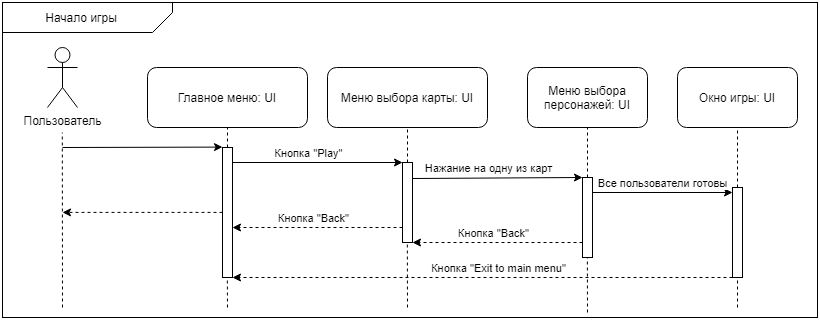
This is documentation/UML/Sequence/ActivityDiag.png from Vorobeyyyyyy/DinoMayhem, a draw.io export, as it was before one commit. Source tidied: cells renumbered, new cells last; positions are measured from the earlier drawing's top-left corner, leaving out a move shared by most shapes. Source of this version:
```xml
<mxGraphModel>
  <root>
    <mxCell id="0" />
    <mxCell id="1" parent="0" />
    <mxCell id="2" style="shape=card;whiteSpace=wrap;html=1;rotation=-180;size=20;fillColor=none;rounded=0;shadow=0;arcSize=20;" parent="1" vertex="1">
      <mxGeometry width="170" height="30" as="geometry" />
    </mxCell>
    <mxCell id="3" value="Начало игры" style="text;html=1;strokeColor=none;fillColor=none;align=center;verticalAlign=middle;whiteSpace=wrap;rounded=0;" parent="1" vertex="1">
      <mxGeometry x="9" y="5" width="140" height="20" as="geometry" />
    </mxCell>
    <mxCell id="4" value="Пользователь" style="shape=umlActor;verticalLabelPosition=bottom;verticalAlign=top;html=1;" parent="1" vertex="1">
      <mxGeometry x="45" y="45" width="30" height="60" as="geometry" />
    </mxCell>
    <mxCell id="5" value="Меню выбора карты: UI" style="rounded=1;whiteSpace=wrap;html=1;" parent="1" vertex="1">
      <mxGeometry x="325" y="65" width="160" height="60" as="geometry" />
    </mxCell>
    <mxCell id="6" value="Меню выбора персонажей: UI" style="rounded=1;whiteSpace=wrap;html=1;" parent="1" vertex="1">
      <mxGeometry x="525" y="65" width="120" height="60" as="geometry" />
    </mxCell>
    <mxCell id="7" value="Окно игры: UI" style="rounded=1;whiteSpace=wrap;html=1;" parent="1" vertex="1">
      <mxGeometry x="675" y="65" width="120" height="60" as="geometry" />
    </mxCell>
    <mxCell id="8" style="endArrow=none;dashed=1;html=1;entryX=0.5;entryY=1;entryDx=0;entryDy=0;" parent="1" edge="1">
      <mxGeometry relative="1" as="geometry">
        <mxPoint x="225" y="145" as="sourcePoint" />
        <mxPoint x="225" y="125" as="targetPoint" />
      </mxGeometry>
    </mxCell>
    <mxCell id="9" style="rounded=0;whiteSpace=wrap;html=1;fillColor=none;" parent="1" vertex="1">
      <mxGeometry x="220" y="145" width="10" height="130" as="geometry" />
    </mxCell>
    <mxCell id="10" style="endArrow=none;dashed=1;html=1;entryX=0.5;entryY=1;entryDx=0;entryDy=0;exitX=0.5;exitY=0;exitDx=0;exitDy=0;" parent="1" edge="1" source="11">
      <mxGeometry relative="1" as="geometry">
        <mxPoint x="405" y="125" as="targetPoint" />
      </mxGeometry>
    </mxCell>
    <mxCell id="11" style="rounded=0;whiteSpace=wrap;html=1;fillColor=none;" parent="1" vertex="1">
      <mxGeometry x="400" y="160" width="10" height="80" as="geometry" />
    </mxCell>
    <mxCell id="12" style="endArrow=classic;html=1;exitX=1;exitY=0;exitDx=0;exitDy=0;" parent="1" edge="1">
      <mxGeometry relative="1" as="geometry">
        <mxPoint x="410" y="176" as="sourcePoint" />
        <mxPoint x="580" y="175" as="targetPoint" />
      </mxGeometry>
    </mxCell>
    <mxCell id="13" value="Нажание на одну из карт" style="edgeLabel;html=1;align=center;verticalAlign=middle;" parent="12" vertex="1">
      <mxGeometry x="-0.29" y="1" relative="1" as="geometry">
        <mxPoint x="14.8" y="-9" as="offset" />
      </mxGeometry>
    </mxCell>
    <mxCell id="14" style="endArrow=classic;html=1;" parent="1" edge="1">
      <mxGeometry relative="1" as="geometry">
        <mxPoint x="230" y="160" as="sourcePoint" />
        <mxPoint x="400" y="160" as="targetPoint" />
      </mxGeometry>
    </mxCell>
    <mxCell id="15" value="Кнопка &quot;Play&quot;" style="edgeLabel;html=1;align=center;verticalAlign=middle;" parent="14" vertex="1">
      <mxGeometry x="-0.29" y="1" relative="1" as="geometry">
        <mxPoint x="14.8" y="-8.9" as="offset" />
      </mxGeometry>
    </mxCell>
    <mxCell id="16" style="endArrow=none;dashed=1;html=1;entryX=0.5;entryY=1;entryDx=0;entryDy=0;" parent="1" edge="1">
      <mxGeometry relative="1" as="geometry">
        <mxPoint x="585" y="175" as="sourcePoint" />
        <mxPoint x="585" y="125" as="targetPoint" />
      </mxGeometry>
    </mxCell>
    <mxCell id="17" style="rounded=0;whiteSpace=wrap;html=1;fillColor=none;" parent="1" vertex="1">
      <mxGeometry x="580" y="175" width="10" height="80" as="geometry" />
    </mxCell>
    <mxCell id="18" style="endArrow=none;dashed=1;html=1;exitX=0.5;exitY=0;exitDx=0;exitDy=0;" parent="1" edge="1" source="19">
      <mxGeometry relative="1" as="geometry">
        <mxPoint x="735" y="125" as="targetPoint" />
      </mxGeometry>
    </mxCell>
    <mxCell id="19" style="rounded=0;whiteSpace=wrap;html=1;fillColor=none;" parent="1" vertex="1">
      <mxGeometry x="730" y="185" width="10" height="90" as="geometry" />
    </mxCell>
    <mxCell id="20" value="Главное меню: UI" style="rounded=1;whiteSpace=wrap;html=1;" parent="1" vertex="1">
      <mxGeometry x="145" y="65" width="160" height="60" as="geometry" />
    </mxCell>
    <mxCell id="21" style="endArrow=none;dashed=1;html=1;entryX=0.5;entryY=1;entryDx=0;entryDy=0;" parent="1" edge="1">
      <mxGeometry relative="1" as="geometry">
        <mxPoint x="60" y="305" as="sourcePoint" />
        <mxPoint x="59.8" y="130" as="targetPoint" />
      </mxGeometry>
    </mxCell>
    <mxCell id="22" style="endArrow=classic;html=1;" parent="1" edge="1">
      <mxGeometry relative="1" as="geometry">
        <mxPoint x="60" y="145" as="sourcePoint" />
        <mxPoint x="220" y="144.6" as="targetPoint" />
      </mxGeometry>
    </mxCell>
    <mxCell id="23" style="endArrow=classic;html=1;" parent="1" edge="1">
      <mxGeometry relative="1" as="geometry">
        <mxPoint x="590" y="190" as="sourcePoint" />
        <mxPoint x="730" y="190" as="targetPoint" />
      </mxGeometry>
    </mxCell>
    <mxCell id="24" value="Все пользователи готовы" style="edgeLabel;html=1;align=center;verticalAlign=middle;" parent="23" vertex="1">
      <mxGeometry x="-0.17" y="1" relative="1" as="geometry">
        <mxPoint x="11.4" y="-9" as="offset" />
      </mxGeometry>
    </mxCell>
    <mxCell id="25" style="endArrow=classic;html=1;dashed=1;" parent="1" edge="1">
      <mxGeometry relative="1" as="geometry">
        <mxPoint x="400" y="225" as="sourcePoint" />
        <mxPoint x="230" y="225" as="targetPoint" />
      </mxGeometry>
    </mxCell>
    <mxCell id="26" value="Кнопка &quot;Back&quot;" style="edgeLabel;html=1;align=center;verticalAlign=middle;" parent="25" vertex="1">
      <mxGeometry x="0.06" relative="1" as="geometry">
        <mxPoint y="-10" as="offset" />
      </mxGeometry>
    </mxCell>
    <mxCell id="27" style="endArrow=classic;html=1;dashed=1;" parent="1" edge="1">
      <mxGeometry relative="1" as="geometry">
        <mxPoint x="580" y="240" as="sourcePoint" />
        <mxPoint x="410" y="240" as="targetPoint" />
      </mxGeometry>
    </mxCell>
    <mxCell id="28" value="Кнопка &quot;Back&quot;" style="edgeLabel;html=1;align=center;verticalAlign=middle;" parent="27" vertex="1">
      <mxGeometry x="0.06" relative="1" as="geometry">
        <mxPoint y="-10" as="offset" />
      </mxGeometry>
    </mxCell>
    <mxCell id="29" style="endArrow=classic;html=1;dashed=1;" parent="1" edge="1">
      <mxGeometry relative="1" as="geometry">
        <mxPoint x="730" y="275" as="sourcePoint" />
        <mxPoint x="230" y="275" as="targetPoint" />
      </mxGeometry>
    </mxCell>
    <mxCell id="30" value="Кнопка &quot;Exit to main menu&quot;" style="edgeLabel;html=1;align=center;verticalAlign=middle;" parent="29" vertex="1">
      <mxGeometry x="0.06" relative="1" as="geometry">
        <mxPoint x="30" y="-10" as="offset" />
      </mxGeometry>
    </mxCell>
    <mxCell id="31" style="endArrow=none;dashed=1;html=1;entryX=0.5;entryY=1;entryDx=0;entryDy=0;" parent="1" edge="1">
      <mxGeometry relative="1" as="geometry">
        <mxPoint x="585" y="310" as="sourcePoint" />
        <mxPoint x="584.9" y="255" as="targetPoint" />
      </mxGeometry>
    </mxCell>
    <mxCell id="32" style="endArrow=classic;html=1;dashed=1;" parent="1" edge="1">
      <mxGeometry relative="1" as="geometry">
        <mxPoint x="220" y="209.9" as="sourcePoint" />
        <mxPoint x="60" y="209.9" as="targetPoint" />
      </mxGeometry>
    </mxCell>
    <mxCell id="33" style="endArrow=none;dashed=1;html=1;entryX=0.5;entryY=1;entryDx=0;entryDy=0;" parent="1" edge="1">
      <mxGeometry relative="1" as="geometry">
        <mxPoint x="225" y="305" as="sourcePoint" />
        <mxPoint x="224.8" y="275" as="targetPoint" />
      </mxGeometry>
    </mxCell>
    <mxCell id="34" style="endArrow=none;dashed=1;html=1;entryX=0.5;entryY=1;entryDx=0;entryDy=0;" parent="1" edge="1">
      <mxGeometry relative="1" as="geometry">
        <mxPoint x="405" y="305" as="sourcePoint" />
        <mxPoint x="404.8" y="240" as="targetPoint" />
      </mxGeometry>
    </mxCell>
    <mxCell id="35" style="endArrow=none;dashed=1;html=1;" parent="1" edge="1">
      <mxGeometry relative="1" as="geometry">
        <mxPoint x="735" y="305" as="sourcePoint" />
        <mxPoint x="735" y="275" as="targetPoint" />
      </mxGeometry>
    </mxCell>
    <mxCell id="36" style="rounded=0;whiteSpace=wrap;html=1;fillColor=none;" parent="1" vertex="1">
      <mxGeometry width="815" height="315" as="geometry" />
    </mxCell>
  </root>
</mxGraphModel>
```
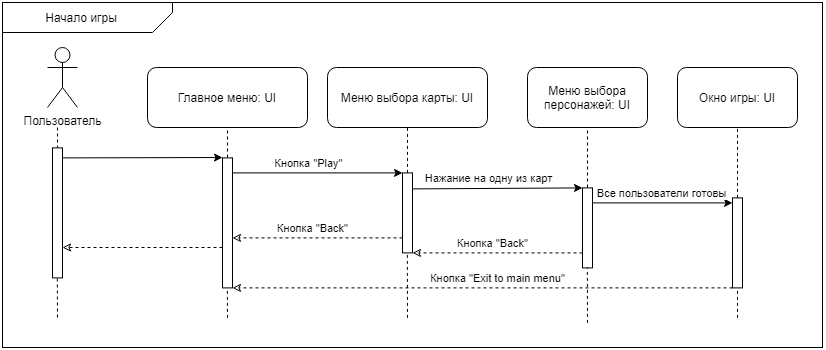
The same file after the commit.

What changed in the source:
```diff
@@ -22,12 +22,12 @@
     </mxCell>
     <mxCell id="8" style="endArrow=none;dashed=1;html=1;entryX=0.5;entryY=1;entryDx=0;entryDy=0;" parent="1" edge="1">
       <mxGeometry relative="1" as="geometry">
-        <mxPoint x="225" y="145" as="sourcePoint" />
+        <mxPoint x="225" y="155" as="sourcePoint" />
         <mxPoint x="225" y="125" as="targetPoint" />
       </mxGeometry>
     </mxCell>
     <mxCell id="9" style="rounded=0;whiteSpace=wrap;html=1;fillColor=none;" parent="1" vertex="1">
-      <mxGeometry x="220" y="145" width="10" height="130" as="geometry" />
+      <mxGeometry x="220" y="155.4" width="10" height="130" as="geometry" />
     </mxCell>
     <mxCell id="10" style="endArrow=none;dashed=1;html=1;entryX=0.5;entryY=1;entryDx=0;entryDy=0;exitX=0.5;exitY=0;exitDx=0;exitDy=0;" parent="1" edge="1" source="11">
       <mxGeometry relative="1" as="geometry">
@@ -35,12 +35,12 @@
       </mxGeometry>
     </mxCell>
     <mxCell id="11" style="rounded=0;whiteSpace=wrap;html=1;fillColor=none;" parent="1" vertex="1">
-      <mxGeometry x="400" y="160" width="10" height="80" as="geometry" />
+      <mxGeometry x="400" y="170.4" width="10" height="80" as="geometry" />
     </mxCell>
     <mxCell id="12" style="endArrow=classic;html=1;exitX=1;exitY=0;exitDx=0;exitDy=0;" parent="1" edge="1">
       <mxGeometry relative="1" as="geometry">
-        <mxPoint x="410" y="176" as="sourcePoint" />
-        <mxPoint x="580" y="175" as="targetPoint" />
+        <mxPoint x="410" y="186.4" as="sourcePoint" />
+        <mxPoint x="580" y="185.4" as="targetPoint" />
       </mxGeometry>
     </mxCell>
     <mxCell id="13" value="Нажание на одну из карт" style="edgeLabel;html=1;align=center;verticalAlign=middle;" parent="12" vertex="1">
@@ -50,8 +50,8 @@
     </mxCell>
     <mxCell id="14" style="endArrow=classic;html=1;" parent="1" edge="1">
       <mxGeometry relative="1" as="geometry">
-        <mxPoint x="230" y="160" as="sourcePoint" />
-        <mxPoint x="400" y="160" as="targetPoint" />
+        <mxPoint x="230" y="170.4" as="sourcePoint" />
+        <mxPoint x="400" y="170.4" as="targetPoint" />
       </mxGeometry>
     </mxCell>
     <mxCell id="15" value="Кнопка &quot;Play&quot;" style="edgeLabel;html=1;align=center;verticalAlign=middle;" parent="14" vertex="1">
@@ -61,12 +61,12 @@
     </mxCell>
     <mxCell id="16" style="endArrow=none;dashed=1;html=1;entryX=0.5;entryY=1;entryDx=0;entryDy=0;" parent="1" edge="1">
       <mxGeometry relative="1" as="geometry">
-        <mxPoint x="585" y="175" as="sourcePoint" />
+        <mxPoint x="585" y="185" as="sourcePoint" />
         <mxPoint x="585" y="125" as="targetPoint" />
       </mxGeometry>
     </mxCell>
     <mxCell id="17" style="rounded=0;whiteSpace=wrap;html=1;fillColor=none;" parent="1" vertex="1">
-      <mxGeometry x="580" y="175" width="10" height="80" as="geometry" />
+      <mxGeometry x="580" y="185.4" width="10" height="80" as="geometry" />
     </mxCell>
     <mxCell id="18" style="endArrow=none;dashed=1;html=1;exitX=0.5;exitY=0;exitDx=0;exitDy=0;" parent="1" edge="1" source="19">
       <mxGeometry relative="1" as="geometry">
@@ -74,27 +74,21 @@
       </mxGeometry>
     </mxCell>
     <mxCell id="19" style="rounded=0;whiteSpace=wrap;html=1;fillColor=none;" parent="1" vertex="1">
-      <mxGeometry x="730" y="185" width="10" height="90" as="geometry" />
+      <mxGeometry x="730" y="195.4" width="10" height="90" as="geometry" />
     </mxCell>
     <mxCell id="20" value="Главное меню: UI" style="rounded=1;whiteSpace=wrap;html=1;" parent="1" vertex="1">
       <mxGeometry x="145" y="65" width="160" height="60" as="geometry" />
     </mxCell>
-    <mxCell id="21" style="endArrow=none;dashed=1;html=1;entryX=0.5;entryY=1;entryDx=0;entryDy=0;" parent="1" edge="1">
-      <mxGeometry relative="1" as="geometry">
-        <mxPoint x="60" y="305" as="sourcePoint" />
-        <mxPoint x="59.8" y="130" as="targetPoint" />
-      </mxGeometry>
-    </mxCell>
     <mxCell id="22" style="endArrow=classic;html=1;" parent="1" edge="1">
       <mxGeometry relative="1" as="geometry">
-        <mxPoint x="60" y="145" as="sourcePoint" />
-        <mxPoint x="220" y="144.6" as="targetPoint" />
+        <mxPoint x="60" y="155.4" as="sourcePoint" />
+        <mxPoint x="220" y="155" as="targetPoint" />
       </mxGeometry>
     </mxCell>
     <mxCell id="23" style="endArrow=classic;html=1;" parent="1" edge="1">
       <mxGeometry relative="1" as="geometry">
-        <mxPoint x="590" y="190" as="sourcePoint" />
-        <mxPoint x="730" y="190" as="targetPoint" />
+        <mxPoint x="590" y="200.4" as="sourcePoint" />
+        <mxPoint x="730" y="200.4" as="targetPoint" />
       </mxGeometry>
     </mxCell>
     <mxCell id="24" value="Все пользователи готовы" style="edgeLabel;html=1;align=center;verticalAlign=middle;" parent="23" vertex="1">
@@ -102,10 +96,10 @@
         <mxPoint x="11.4" y="-9" as="offset" />
       </mxGeometry>
     </mxCell>
-    <mxCell id="25" style="endArrow=classic;html=1;dashed=1;" parent="1" edge="1">
+    <mxCell id="25" style="endArrow=classic;html=1;dashed=1;endFill=0;" parent="1" edge="1">
       <mxGeometry relative="1" as="geometry">
-        <mxPoint x="400" y="225" as="sourcePoint" />
-        <mxPoint x="230" y="225" as="targetPoint" />
+        <mxPoint x="400" y="235.4" as="sourcePoint" />
+        <mxPoint x="230" y="235.4" as="targetPoint" />
       </mxGeometry>
     </mxCell>
     <mxCell id="26" value="Кнопка &quot;Back&quot;" style="edgeLabel;html=1;align=center;verticalAlign=middle;" parent="25" vertex="1">
@@ -113,10 +107,10 @@
         <mxPoint y="-10" as="offset" />
       </mxGeometry>
     </mxCell>
-    <mxCell id="27" style="endArrow=classic;html=1;dashed=1;" parent="1" edge="1">
+    <mxCell id="27" style="endArrow=classic;html=1;dashed=1;endFill=0;" parent="1" edge="1">
       <mxGeometry relative="1" as="geometry">
-        <mxPoint x="580" y="240" as="sourcePoint" />
-        <mxPoint x="410" y="240" as="targetPoint" />
+        <mxPoint x="580" y="250.4" as="sourcePoint" />
+        <mxPoint x="410" y="250.4" as="targetPoint" />
       </mxGeometry>
     </mxCell>
     <mxCell id="28" value="Кнопка &quot;Back&quot;" style="edgeLabel;html=1;align=center;verticalAlign=middle;" parent="27" vertex="1">
@@ -124,10 +118,10 @@
         <mxPoint y="-10" as="offset" />
       </mxGeometry>
     </mxCell>
-    <mxCell id="29" style="endArrow=classic;html=1;dashed=1;" parent="1" edge="1">
+    <mxCell id="29" style="endArrow=classic;html=1;dashed=1;endFill=0;" parent="1" edge="1">
       <mxGeometry relative="1" as="geometry">
-        <mxPoint x="730" y="275" as="sourcePoint" />
-        <mxPoint x="230" y="275" as="targetPoint" />
+        <mxPoint x="730" y="285.4" as="sourcePoint" />
+        <mxPoint x="230" y="285.4" as="targetPoint" />
       </mxGeometry>
     </mxCell>
     <mxCell id="30" value="Кнопка &quot;Exit to main menu&quot;" style="edgeLabel;html=1;align=center;verticalAlign=middle;" parent="29" vertex="1">
@@ -137,36 +131,51 @@
     </mxCell>
     <mxCell id="31" style="endArrow=none;dashed=1;html=1;entryX=0.5;entryY=1;entryDx=0;entryDy=0;" parent="1" edge="1">
       <mxGeometry relative="1" as="geometry">
-        <mxPoint x="585" y="310" as="sourcePoint" />
-        <mxPoint x="584.9" y="255" as="targetPoint" />
+        <mxPoint x="585" y="320.4" as="sourcePoint" />
+        <mxPoint x="584.9" y="265.4" as="targetPoint" />
       </mxGeometry>
     </mxCell>
-    <mxCell id="32" style="endArrow=classic;html=1;dashed=1;" parent="1" edge="1">
+    <mxCell id="32" style="endArrow=classic;html=1;dashed=1;endFill=0;" parent="1" edge="1">
       <mxGeometry relative="1" as="geometry">
-        <mxPoint x="220" y="209.9" as="sourcePoint" />
-        <mxPoint x="60" y="209.9" as="targetPoint" />
+        <mxPoint x="220" y="245" as="sourcePoint" />
+        <mxPoint x="60" y="245" as="targetPoint" />
       </mxGeometry>
     </mxCell>
     <mxCell id="33" style="endArrow=none;dashed=1;html=1;entryX=0.5;entryY=1;entryDx=0;entryDy=0;" parent="1" edge="1">
       <mxGeometry relative="1" as="geometry">
-        <mxPoint x="225" y="305" as="sourcePoint" />
-        <mxPoint x="224.8" y="275" as="targetPoint" />
+        <mxPoint x="225" y="315.4" as="sourcePoint" />
+        <mxPoint x="224.8" y="285.4" as="targetPoint" />
       </mxGeometry>
     </mxCell>
     <mxCell id="34" style="endArrow=none;dashed=1;html=1;entryX=0.5;entryY=1;entryDx=0;entryDy=0;" parent="1" edge="1">
       <mxGeometry relative="1" as="geometry">
-        <mxPoint x="405" y="305" as="sourcePoint" />
-        <mxPoint x="404.8" y="240" as="targetPoint" />
+        <mxPoint x="405" y="315.4" as="sourcePoint" />
+        <mxPoint x="404.8" y="250.4" as="targetPoint" />
       </mxGeometry>
     </mxCell>
     <mxCell id="35" style="endArrow=none;dashed=1;html=1;" parent="1" edge="1">
       <mxGeometry relative="1" as="geometry">
-        <mxPoint x="735" y="305" as="sourcePoint" />
-        <mxPoint x="735" y="275" as="targetPoint" />
+        <mxPoint x="735" y="315.4" as="sourcePoint" />
+        <mxPoint x="735" y="285.4" as="targetPoint" />
       </mxGeometry>
     </mxCell>
     <mxCell id="36" style="rounded=0;whiteSpace=wrap;html=1;fillColor=none;" parent="1" vertex="1">
-      <mxGeometry width="815" height="315" as="geometry" />
+      <mxGeometry width="820" height="345" as="geometry" />
     </mxCell>
+    <mxCell id="37" style="rounded=0;whiteSpace=wrap;html=1;fillColor=none;" parent="1" vertex="1">
+      <mxGeometry x="50" y="145.4" width="10" height="130" as="geometry" />
+    </mxCell>
+    <mxCell id="38" style="endArrow=none;dashed=1;html=1;" parent="1" edge="1">
+      <mxGeometry relative="1" as="geometry">
+        <mxPoint x="55" y="125" as="sourcePoint" />
+        <mxPoint x="55" y="145" as="targetPoint" />
+      </mxGeometry>
+    </mxCell>
+    <mxCell id="39" style="endArrow=none;dashed=1;html=1;entryX=0.5;entryY=1;entryDx=0;entryDy=0;" parent="1" edge="1">
+      <mxGeometry relative="1" as="geometry">
+        <mxPoint x="55" y="315" as="sourcePoint" />
+        <mxPoint x="54.8" y="275.4" as="targetPoint" />
+      </mxGeometry>
+    </mxCell>
   </root>
 </mxGraphModel>
```
